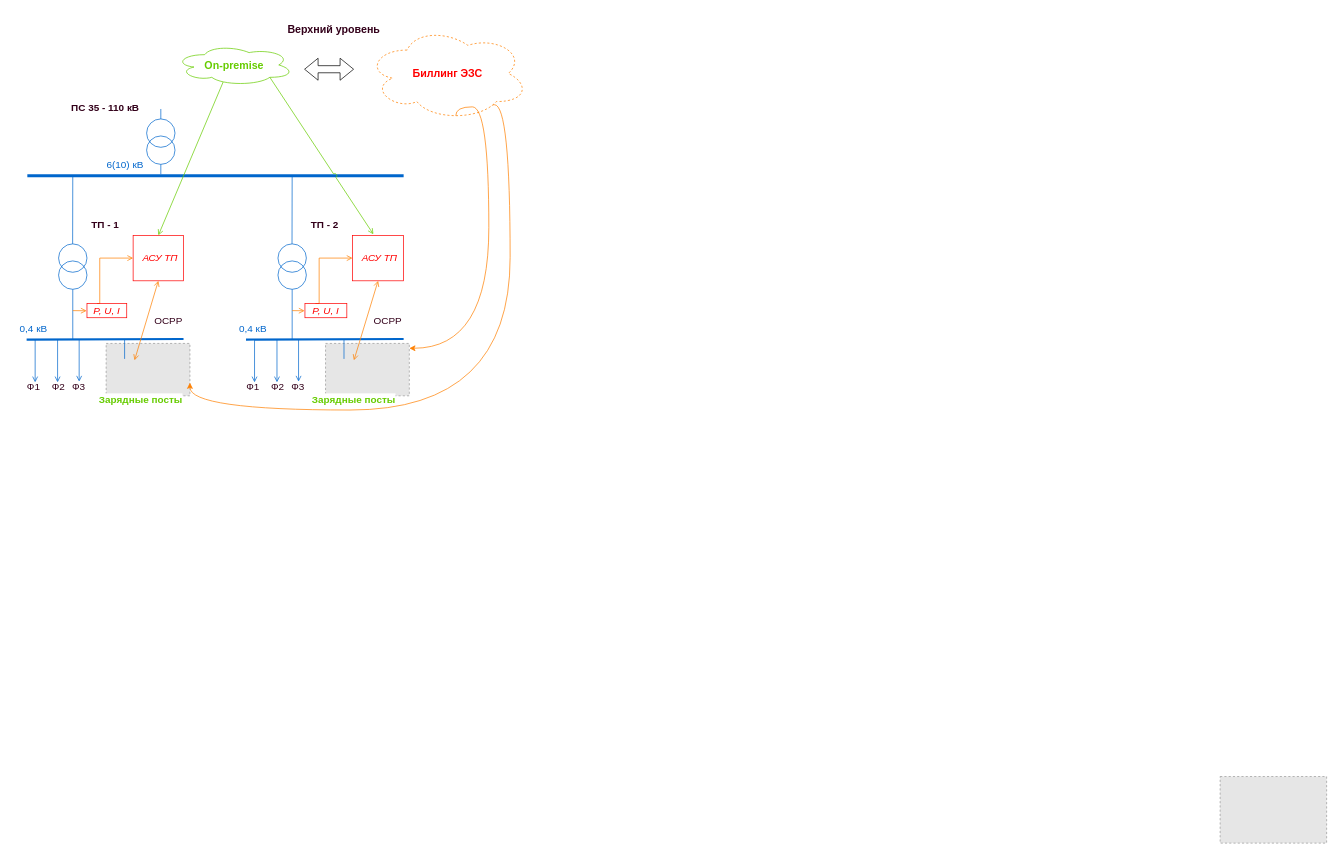
The draw.io diagram page "Для статьи" (2 of 3) of Схема ПТК.drawio in Randyrofed/DrawIO, before the edit. Source tidied: cells renumbered, new cells numbered last; positions are measured from the earlier drawing's top-left corner, leaving out a move shared by most shapes. Both pictures are drawn from the tidied source at 71%, with x=0, y=0 at pixel (12, 18). Pictures stored in the file or linked from it are replaced by grey dashed boxes.
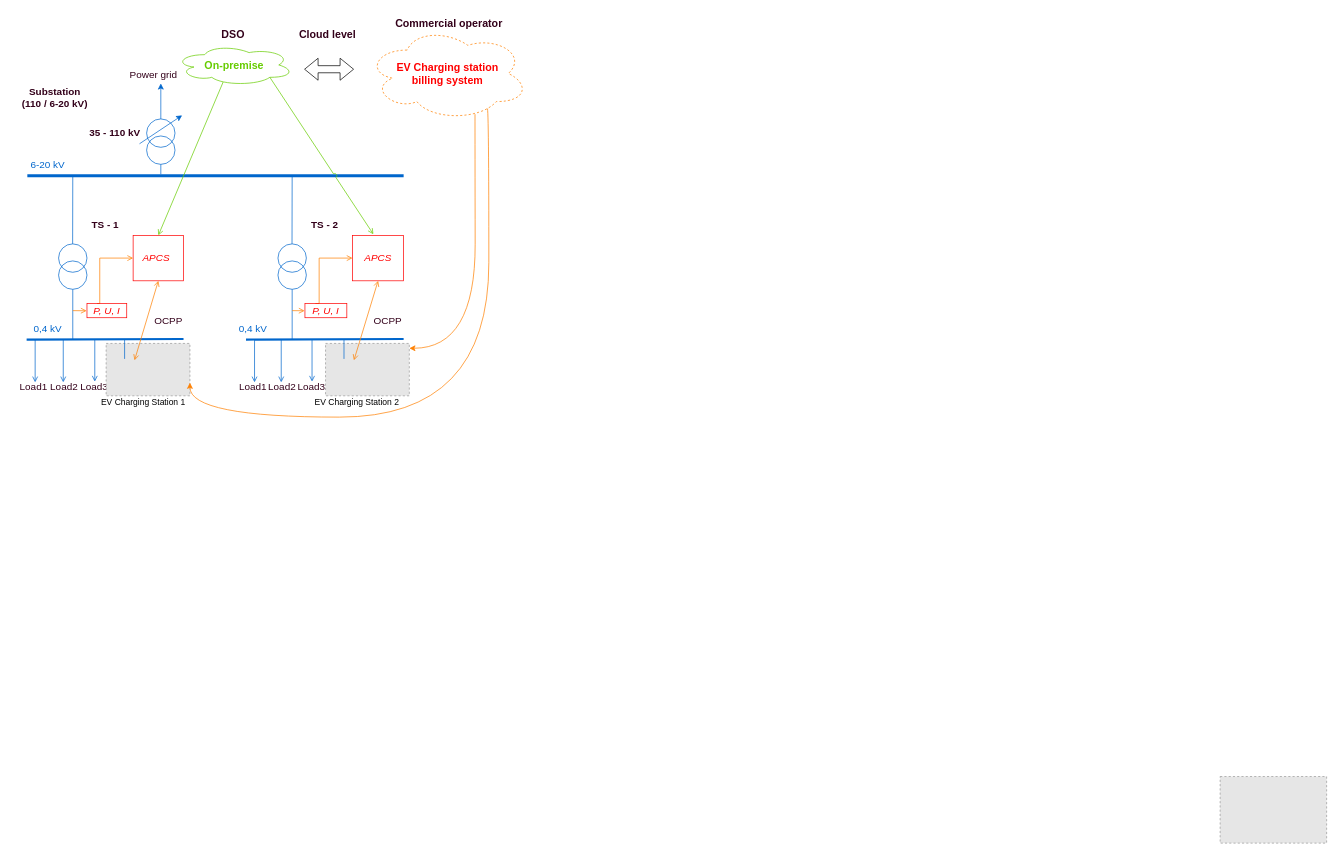
Above is the later version.

Unchanged cells that the change refers to:
```xml
<mxCell id="15" style="fillColor=#E6E6E6;strokeColor=#999999;dashed=1;verticalLabelPosition=bottom;labelBackgroundColor=default;verticalAlign=top;" parent="1" vertex="1">
  <mxGeometry x="132" y="458.2" width="118" height="73.8" as="geometry" />
</mxCell>
<mxCell id="49" style="fillColor=#E6E6E6;strokeColor=#999999;dashed=1;verticalLabelPosition=bottom;labelBackgroundColor=default;verticalAlign=top;" parent="1" vertex="1">
  <mxGeometry x="441" y="458.2" width="118" height="73.8" as="geometry" />
</mxCell>
```

What changed in the source:
```diff
@@
     <mxCell id="6" style="endArrow=none;html=1;rounded=0;fontSize=19;endFill=0;startArrow=open;startFill=0;fontColor=#0066CC;strokeColor=#0066CC;" parent="1" edge="1">
       <mxGeometry relative="1" as="geometry">
-        <mxPoint x="94" y="512" as="sourcePoint" />
-        <mxPoint x="94" y="452" as="targetPoint" />
+        <mxPoint x="116" y="512" as="sourcePoint" />
+        <mxPoint x="116" y="452" as="targetPoint" />
       </mxGeometry>
     </mxCell>
-    <mxCell id="7" value="Ф1" style="text;html=1;strokeColor=none;fillColor=none;align=center;verticalAlign=middle;whiteSpace=wrap;rounded=0;dashed=1;labelBackgroundColor=default;fontSize=14;fontColor=#33001A;" parent="1" vertex="1">
+    <mxCell id="7" value="Load1" style="text;html=1;strokeColor=none;fillColor=none;align=center;verticalAlign=middle;whiteSpace=wrap;rounded=0;dashed=1;labelBackgroundColor=default;fontSize=14;fontColor=#33001A;" parent="1" vertex="1">
       <mxGeometry x="20" y="505" width="20" height="30" as="geometry" />
     </mxCell>
-    <mxCell id="8" value="Ф2" style="text;html=1;strokeColor=none;fillColor=none;align=center;verticalAlign=middle;whiteSpace=wrap;rounded=0;dashed=1;labelBackgroundColor=default;fontSize=14;fontColor=#33001A;" parent="1" vertex="1">
-      <mxGeometry x="35" y="505" width="60" height="30" as="geometry" />
+    <mxCell id="8" value="Load2" style="text;html=1;strokeColor=none;fillColor=none;align=center;verticalAlign=middle;whiteSpace=wrap;rounded=0;dashed=1;labelBackgroundColor=default;fontSize=14;fontColor=#33001A;" parent="1" vertex="1">
+      <mxGeometry x="43" y="505" width="60" height="30" as="geometry" />
     </mxCell>
-    <mxCell id="9" value="Ф3" style="text;html=1;strokeColor=none;fillColor=none;align=center;verticalAlign=middle;whiteSpace=wrap;rounded=0;dashed=1;labelBackgroundColor=default;fontSize=14;fontColor=#33001A;" parent="1" vertex="1">
-      <mxGeometry x="76" y="505" width="35" height="30" as="geometry" />
+    <mxCell id="9" value="Load3" style="text;html=1;strokeColor=none;fillColor=none;align=center;verticalAlign=middle;whiteSpace=wrap;rounded=0;dashed=1;labelBackgroundColor=default;fontSize=14;fontColor=#33001A;" parent="1" vertex="1">
+      <mxGeometry x="98" y="505" width="35" height="30" as="geometry" />
     </mxCell>
@@
     <mxCell id="12" style="endArrow=none;html=1;rounded=0;fontSize=19;endFill=0;startArrow=open;startFill=0;fontColor=#0066CC;strokeColor=#0066CC;" parent="1" edge="1">
       <mxGeometry relative="1" as="geometry">
-        <mxPoint x="63.6" y="513" as="sourcePoint" />
-        <mxPoint x="63.6" y="453" as="targetPoint" />
+        <mxPoint x="71.6" y="513" as="sourcePoint" />
+        <mxPoint x="71.6" y="453" as="targetPoint" />
       </mxGeometry>
     </mxCell>
-    <mxCell id="13" value="&amp;nbsp; &amp;nbsp;АСУ ТП&amp;nbsp;" style="rounded=0;whiteSpace=wrap;html=1;fillColor=none;strokeColor=#FF0000;fontSize=14;fontColor=#FF0000;fontStyle=2;align=left;" parent="1" vertex="1">
+    <mxCell id="13" value="&amp;nbsp; &amp;nbsp;APCS" style="rounded=0;whiteSpace=wrap;html=1;fillColor=none;strokeColor=#FF0000;fontSize=14;fontColor=#FF0000;fontStyle=2;align=left;" parent="1" vertex="1">
       <mxGeometry x="170" y="306" width="71" height="64" as="geometry" />
     </mxCell>
@@
-    <mxCell id="23" style="edgeStyle=orthogonalEdgeStyle;rounded=0;jettySize=auto;html=1;curved=1;exitX=0.692;exitY=0.917;exitDx=0;exitDy=0;exitPerimeter=0;fillColor=#ffcc99;strokeColor=#FF8000;fontSize=14;fontColor=#FF0000;strokeWidth=1;entryX=1;entryY=0.75;entryDx=0;entryDy=0;" parent="1" edge="1" source="24" target="15">
+    <mxCell id="23" style="edgeStyle=orthogonalEdgeStyle;rounded=0;jettySize=auto;html=1;curved=1;exitX=0.745;exitY=0.871;exitDx=0;exitDy=0;exitPerimeter=0;fillColor=#ffcc99;strokeColor=#FF8000;fontSize=14;fontColor=#FF0000;strokeWidth=1;entryX=1;entryY=0.75;entryDx=0;entryDy=0;" parent="1" edge="1" source="24" target="15">
       <mxGeometry relative="1" as="geometry">
         <Array as="points">
-          <mxPoint x="701" y="122" />
-          <mxPoint x="701" y="552" />
-          <mxPoint x="250" y="552" />
+          <mxPoint x="671" y="127" />
+          <mxPoint x="671" y="562" />
+          <mxPoint x="250" y="562" />
         </Array>
       </mxGeometry>
     </mxCell>
-    <mxCell id="24" value="Биллинг ЭЗС" style="ellipse;shape=cloud;whiteSpace=wrap;html=1;dashed=1;labelBackgroundColor=default;fontSize=15;fontColor=#FF0000;strokeColor=#FF8000;fontStyle=1;" parent="1" vertex="1">
+    <mxCell id="24" value="EV Charging station&lt;br&gt;billing system" style="ellipse;shape=cloud;whiteSpace=wrap;html=1;dashed=1;labelBackgroundColor=default;fontSize=15;fontColor=#FF0000;strokeColor=#FF8000;fontStyle=1;" parent="1" vertex="1">
       <mxGeometry x="499" y="12" width="228" height="132" as="geometry" />
     </mxCell>
@@
-    <mxCell id="30" value="6(10) кВ" style="text;html=1;strokeColor=none;fillColor=none;align=center;verticalAlign=middle;whiteSpace=wrap;rounded=0;dashed=1;labelBackgroundColor=default;fontSize=14;fontColor=#0066CC;" parent="1" vertex="1">
-      <mxGeometry x="129" y="192" width="60" height="30" as="geometry" />
+    <mxCell id="30" value="6-20 kV" style="text;html=1;strokeColor=none;fillColor=none;align=center;verticalAlign=middle;whiteSpace=wrap;rounded=0;dashed=1;labelBackgroundColor=default;fontSize=14;fontColor=#0066CC;" parent="1" vertex="1">
+      <mxGeometry x="20" y="192" width="60" height="30" as="geometry" />
     </mxCell>
-    <mxCell id="31" style="endArrow=none;html=1;rounded=0;fontColor=#0066CC;strokeColor=#0066CC;entryX=0.5;entryY=1;entryDx=0;entryDy=0;" parent="1" edge="1">
+    <mxCell id="31" style="endArrow=classic;html=1;rounded=0;fontColor=#0066CC;strokeColor=#0066CC;endFill=1;" parent="1" edge="1">
       <mxGeometry relative="1" as="geometry">
         <mxPoint x="209" y="142" as="sourcePoint" />
-        <mxPoint x="209" y="128" as="targetPoint" />
+        <mxPoint x="209" y="92" as="targetPoint" />
       </mxGeometry>
     </mxCell>
@@
-    <mxCell id="33" style="endArrow=classic;html=1;rounded=0;fontSize=14;fontColor=#FF0000;strokeColor=#FF8000;strokeWidth=1;jumpStyle=arc;exitX=0.55;exitY=0.95;exitDx=0;exitDy=0;exitPerimeter=0;edgeStyle=orthogonalEdgeStyle;curved=1;" parent="1" edge="1" source="24" target="49">
+    <mxCell id="33" style="endArrow=classic;html=1;rounded=0;fontSize=14;fontColor=#FF0000;strokeColor=#FF8000;strokeWidth=1;jumpStyle=arc;exitX=0.669;exitY=0.934;exitDx=0;exitDy=0;exitPerimeter=0;edgeStyle=orthogonalEdgeStyle;curved=1;" parent="1" edge="1" source="24" target="49">
       <mxGeometry relative="1" as="geometry">
         <Array as="points">
-          <mxPoint x="671" y="125" />
-          <mxPoint x="671" y="465" />
+          <mxPoint x="652" y="172" />
+          <mxPoint x="652" y="172" />
+          <mxPoint x="652" y="465" />
         </Array>
       </mxGeometry>
     </mxCell>
-    <mxCell id="34" value="ТП - 1" style="text;html=1;strokeColor=none;fillColor=none;align=center;verticalAlign=middle;whiteSpace=wrap;rounded=0;dashed=1;labelBackgroundColor=default;fontSize=14;fontColor=#33001A;fontStyle=1;" parent="1" vertex="1">
+    <mxCell id="34" value="TS - 1" style="text;html=1;strokeColor=none;fillColor=none;align=center;verticalAlign=middle;whiteSpace=wrap;rounded=0;dashed=1;labelBackgroundColor=default;fontSize=14;fontColor=#33001A;fontStyle=1;" parent="1" vertex="1">
       <mxGeometry x="61" y="276" width="140" height="30" as="geometry" />
     </mxCell>
-    <mxCell id="35" value="Зарядные посты" style="text;html=1;strokeColor=none;fillColor=none;align=center;verticalAlign=middle;whiteSpace=wrap;rounded=0;dashed=1;labelBackgroundColor=default;fontSize=14;fontColor=#66CC00;fontStyle=1;" parent="1" vertex="1">
-      <mxGeometry x="121" y="522" width="120" height="30" as="geometry" />
-    </mxCell>
-    <mxCell id="36" value="Верхний уровень&amp;nbsp;" style="text;html=1;strokeColor=none;fillColor=none;align=center;verticalAlign=middle;whiteSpace=wrap;rounded=0;dashed=1;labelBackgroundColor=default;fontSize=15;fontColor=#33001A;fontStyle=1;direction=east;" parent="1" vertex="1">
-      <mxGeometry x="385" width="140" height="30" as="geometry" />
+    <mxCell id="36" value="Cloud level" style="text;html=1;strokeColor=none;fillColor=none;align=center;verticalAlign=middle;whiteSpace=wrap;rounded=0;dashed=1;labelBackgroundColor=default;fontSize=15;fontColor=#33001A;fontStyle=1;direction=east;" parent="1" vertex="1">
+      <mxGeometry x="374" y="7" width="140" height="30" as="geometry" />
     </mxCell>
-    <mxCell id="37" value="0,4 кВ" style="text;html=1;strokeColor=none;fillColor=none;align=center;verticalAlign=middle;whiteSpace=wrap;rounded=0;dashed=1;labelBackgroundColor=default;fontSize=14;fontColor=#0066CC;" parent="1" vertex="1">
-      <mxGeometry y="422" width="60" height="30" as="geometry" />
+    <mxCell id="37" value="0,4 kV" style="text;html=1;strokeColor=none;fillColor=none;align=center;verticalAlign=middle;whiteSpace=wrap;rounded=0;dashed=1;labelBackgroundColor=default;fontSize=14;fontColor=#0066CC;" parent="1" vertex="1">
+      <mxGeometry x="20" y="422" width="60" height="30" as="geometry" />
     </mxCell>
@@
     <mxCell id="41" style="endArrow=none;html=1;rounded=0;fontSize=19;endFill=0;startArrow=open;startFill=0;fontColor=#0066CC;strokeColor=#0066CC;" parent="1" edge="1">
       <mxGeometry relative="1" as="geometry">
-        <mxPoint x="403" y="512" as="sourcePoint" />
-        <mxPoint x="403" y="452" as="targetPoint" />
+        <mxPoint x="422" y="512" as="sourcePoint" />
+        <mxPoint x="422" y="452" as="targetPoint" />
       </mxGeometry>
     </mxCell>
-    <mxCell id="42" value="Ф1" style="text;html=1;strokeColor=none;fillColor=none;align=center;verticalAlign=middle;whiteSpace=wrap;rounded=0;dashed=1;labelBackgroundColor=default;fontSize=14;fontColor=#33001A;" parent="1" vertex="1">
+    <mxCell id="42" value="Load1" style="text;html=1;strokeColor=none;fillColor=none;align=center;verticalAlign=middle;whiteSpace=wrap;rounded=0;dashed=1;labelBackgroundColor=default;fontSize=14;fontColor=#33001A;" parent="1" vertex="1">
       <mxGeometry x="329" y="505" width="20" height="30" as="geometry" />
     </mxCell>
-    <mxCell id="43" value="Ф2" style="text;html=1;strokeColor=none;fillColor=none;align=center;verticalAlign=middle;whiteSpace=wrap;rounded=0;dashed=1;labelBackgroundColor=default;fontSize=14;fontColor=#33001A;" parent="1" vertex="1">
-      <mxGeometry x="344" y="505" width="60" height="30" as="geometry" />
+    <mxCell id="43" value="Load2" style="text;html=1;strokeColor=none;fillColor=none;align=center;verticalAlign=middle;whiteSpace=wrap;rounded=0;dashed=1;labelBackgroundColor=default;fontSize=14;fontColor=#33001A;" parent="1" vertex="1">
+      <mxGeometry x="350" y="505" width="60" height="30" as="geometry" />
     </mxCell>
-    <mxCell id="44" value="Ф3" style="text;html=1;strokeColor=none;fillColor=none;align=center;verticalAlign=middle;whiteSpace=wrap;rounded=0;dashed=1;labelBackgroundColor=default;fontSize=14;fontColor=#33001A;" parent="1" vertex="1">
-      <mxGeometry x="385" y="505" width="35" height="30" as="geometry" />
+    <mxCell id="44" value="Load3" style="text;html=1;strokeColor=none;fillColor=none;align=center;verticalAlign=middle;whiteSpace=wrap;rounded=0;dashed=1;labelBackgroundColor=default;fontSize=14;fontColor=#33001A;" parent="1" vertex="1">
+      <mxGeometry x="404" y="505" width="35" height="30" as="geometry" />
     </mxCell>
@@
     <mxCell id="47" style="endArrow=none;html=1;rounded=0;fontSize=19;endFill=0;startArrow=open;startFill=0;fontColor=#0066CC;strokeColor=#0066CC;" parent="1" edge="1">
       <mxGeometry relative="1" as="geometry">
-        <mxPoint x="372.6" y="513" as="sourcePoint" />
-        <mxPoint x="372.6" y="453" as="targetPoint" />
+        <mxPoint x="378.6" y="513" as="sourcePoint" />
+        <mxPoint x="378.6" y="453" as="targetPoint" />
       </mxGeometry>
     </mxCell>
-    <mxCell id="48" value="&amp;nbsp; &amp;nbsp;АСУ ТП&amp;nbsp;" style="rounded=0;whiteSpace=wrap;html=1;fillColor=none;strokeColor=#FF0000;fontSize=14;fontColor=#FF0000;fontStyle=2;align=left;" parent="1" vertex="1">
+    <mxCell id="48" value="&amp;nbsp; &amp;nbsp; APCS" style="rounded=0;whiteSpace=wrap;html=1;fillColor=none;strokeColor=#FF0000;fontSize=14;fontColor=#FF0000;fontStyle=2;align=left;" parent="1" vertex="1">
       <mxGeometry x="479" y="306" width="72" height="64" as="geometry" />
     </mxCell>
@@
-    <mxCell id="56" value="ТП - 2" style="text;html=1;strokeColor=none;fillColor=none;align=center;verticalAlign=middle;whiteSpace=wrap;rounded=0;dashed=1;labelBackgroundColor=default;fontSize=14;fontColor=#33001A;fontStyle=1;" parent="1" vertex="1">
+    <mxCell id="56" value="TS - 2" style="text;html=1;strokeColor=none;fillColor=none;align=center;verticalAlign=middle;whiteSpace=wrap;rounded=0;dashed=1;labelBackgroundColor=default;fontSize=14;fontColor=#33001A;fontStyle=1;" parent="1" vertex="1">
       <mxGeometry x="370" y="276" width="140" height="30" as="geometry" />
     </mxCell>
-    <mxCell id="57" value="Зарядные посты" style="text;html=1;strokeColor=none;fillColor=none;align=center;verticalAlign=middle;whiteSpace=wrap;rounded=0;dashed=1;labelBackgroundColor=default;fontSize=14;fontColor=#66CC00;fontStyle=1;" parent="1" vertex="1">
-      <mxGeometry x="421" y="522" width="120" height="30" as="geometry" />
+    <mxCell id="57" value="EV Charging Station 2" style="text;html=1;fillColor=none;align=center;verticalAlign=middle;whiteSpace=wrap;rounded=0;dashed=1;labelBackgroundColor=default;fontSize=12;fontStyle=0;" parent="1" vertex="1">
+      <mxGeometry x="420" y="532" width="131" height="20" as="geometry" />
     </mxCell>
-    <mxCell id="58" value="0,4 кВ" style="text;html=1;strokeColor=none;fillColor=none;align=center;verticalAlign=middle;whiteSpace=wrap;rounded=0;dashed=1;labelBackgroundColor=default;fontSize=14;fontColor=#0066CC;" parent="1" vertex="1">
+    <mxCell id="58" value="0,4 kV" style="text;html=1;strokeColor=none;fillColor=none;align=center;verticalAlign=middle;whiteSpace=wrap;rounded=0;dashed=1;labelBackgroundColor=default;fontSize=14;fontColor=#0066CC;" parent="1" vertex="1">
       <mxGeometry x="309" y="422" width="60" height="30" as="geometry" />
     </mxCell>
@@
-    <mxCell id="60" value="ПС 35 - 110 кВ" style="text;html=1;strokeColor=none;fillColor=none;align=center;verticalAlign=middle;whiteSpace=wrap;rounded=0;dashed=1;labelBackgroundColor=default;fontSize=14;fontColor=#33001A;fontStyle=1;" parent="1" vertex="1">
-      <mxGeometry x="61" y="112" width="140" height="30" as="geometry" />
+    <mxCell id="60" value="35 - 110 kV" style="text;html=1;strokeColor=none;fillColor=none;align=center;verticalAlign=middle;whiteSpace=wrap;rounded=0;dashed=1;labelBackgroundColor=default;fontSize=14;fontColor=#33001A;fontStyle=1;" parent="1" vertex="1">
+      <mxGeometry x="105" y="147" width="79" height="30" as="geometry" />
     </mxCell>
@@
+    <mxCell id="62" value="Power grid" style="text;html=1;strokeColor=none;fillColor=none;align=center;verticalAlign=middle;whiteSpace=wrap;rounded=0;dashed=1;labelBackgroundColor=default;fontSize=14;fontColor=#33001A;fontStyle=0;" parent="1" vertex="1">
+      <mxGeometry x="129" y="65" width="140" height="30" as="geometry" />
+    </mxCell>
+    <mxCell id="63" style="endArrow=classic;html=1;rounded=0;fontSize=12;fillColor=none;strokeColor=#0066CC;fontColor=#0066CC;" parent="1" edge="1">
+      <mxGeometry relative="1" as="geometry">
+        <mxPoint x="179" y="177" as="sourcePoint" />
+        <mxPoint x="239" y="137" as="targetPoint" />
+      </mxGeometry>
+    </mxCell>
+    <mxCell id="64" value="EV Charging Station 1" style="text;html=1;fillColor=none;align=center;verticalAlign=middle;whiteSpace=wrap;rounded=0;dashed=1;labelBackgroundColor=default;fontSize=12;fontStyle=0;" parent="1" vertex="1">
+      <mxGeometry x="119" y="532" width="131" height="20" as="geometry" />
+    </mxCell>
+    <mxCell id="65" value="Substation &lt;br&gt;(110 / 6-20 kV)" style="text;html=1;strokeColor=none;fillColor=none;align=center;verticalAlign=middle;whiteSpace=wrap;rounded=0;dashed=1;labelBackgroundColor=default;fontSize=14;fontColor=#33001A;fontStyle=1;" parent="1" vertex="1">
+      <mxGeometry y="97" width="120" height="30" as="geometry" />
+    </mxCell>
+    <mxCell id="66" value="DSO" style="text;html=1;strokeColor=none;fillColor=none;align=center;verticalAlign=middle;whiteSpace=wrap;rounded=0;dashed=1;labelBackgroundColor=default;fontSize=15;fontColor=#33001A;fontStyle=1;direction=east;" parent="1" vertex="1">
+      <mxGeometry x="241" y="7" width="140" height="30" as="geometry" />
+    </mxCell>
+    <mxCell id="67" value="Commercial operator" style="text;html=1;strokeColor=none;fillColor=none;align=center;verticalAlign=middle;whiteSpace=wrap;rounded=0;dashed=1;labelBackgroundColor=default;fontSize=15;fontColor=#33001A;fontStyle=1;direction=east;" parent="1" vertex="1">
+      <mxGeometry x="521" y="-8" width="188" height="30" as="geometry" />
+    </mxCell>
```
